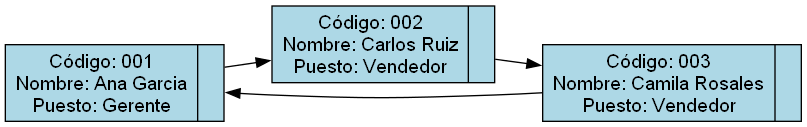
Above: Reportes/ListaCircularSimpleEnlazada.png in 202300512DanielH/IPC2_ProyectoVJ2024_21 (Graphviz), before the change. Its source is kept beside it as Reportes/ListaCircularSimpleEnlazada.dot.
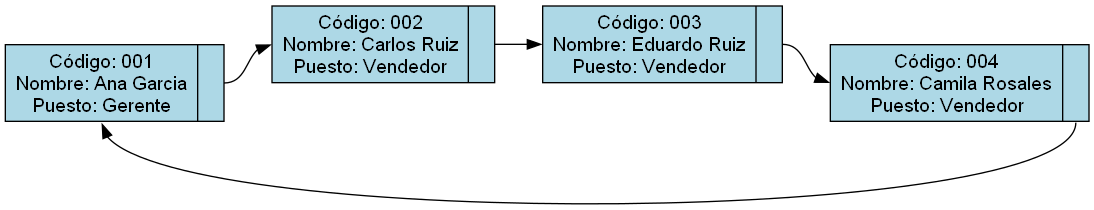
The same file after the commit.

What changed in the source:
```diff
@@ -1,10 +1,12 @@
 digraph G {
         rankdir=LR;
         node [shape = record, style=filled, fillcolor=lightblue, fontname="Arial"];
-        edge [fontname="Arial"];node0 [label = "{ Código: 001\nNombre: Ana Garcia\nPuesto: Gerente|<f2>}"];
-node1 [label = "{ Código: 002\nNombre: Carlos Ruiz\nPuesto: Vendedor|<f2>}"];
-node2 [label = "{ Código: 003\nNombre: Camila Rosales\nPuesto: Vendedor|<f2>}"];
-node0 -> node1;
-node1 -> node2;
-node2 -> node0;
+        edge [fontname="Arial"];node0 [label = "{<f1> Código: 001\nNombre: Ana Garcia\nPuesto: Gerente|<f2>}"];
+node1 [label = "{<f1> Código: 002\nNombre: Carlos Ruiz\nPuesto: Vendedor|<f2>}"];
+node0:f2 -> node1:f1;
+node2 [label = "{<f1> Código: 003\nNombre: Eduardo Ruiz\nPuesto: Vendedor|<f2>}"];
+node1:f2 -> node2:f1;
+node3 [label = "{<f1> Código: 004\nNombre: Camila Rosales\nPuesto: Vendedor|<f2>}"];
+node2:f2 -> node3:f1;
+node3:f2 -> node0:f1;
 }
```
